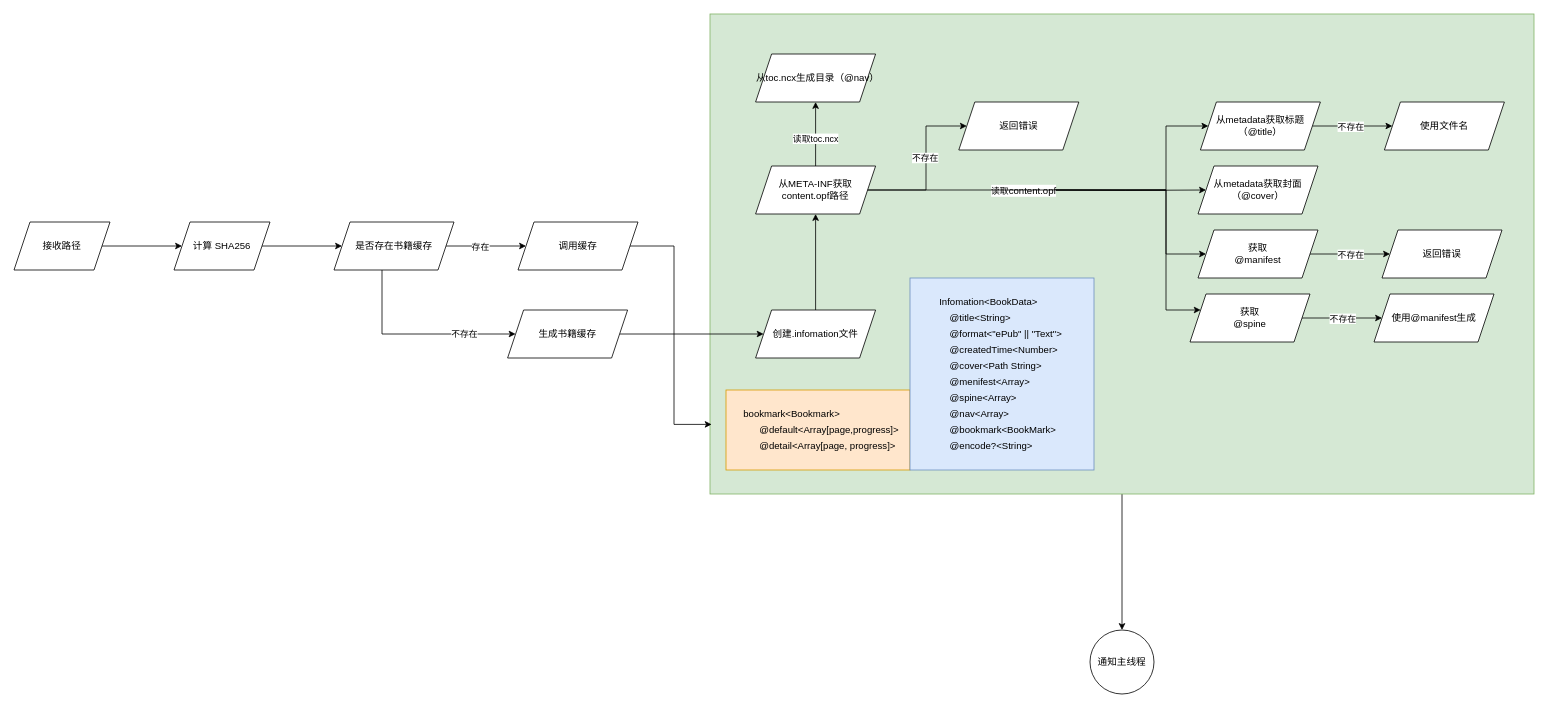
This is page "EPUB" (2 of 3) of blueprint/Process.drawio from nsplup/aReader, a draw.io file, before an edit. Source tidied: cells renumbered, new cells numbered last; positions are measured from the earlier drawing's top-left corner, leaving out a move shared by most shapes. Both pictures are drawn from the tidied source at 80%, with x=0, y=0 at pixel (14, 14).
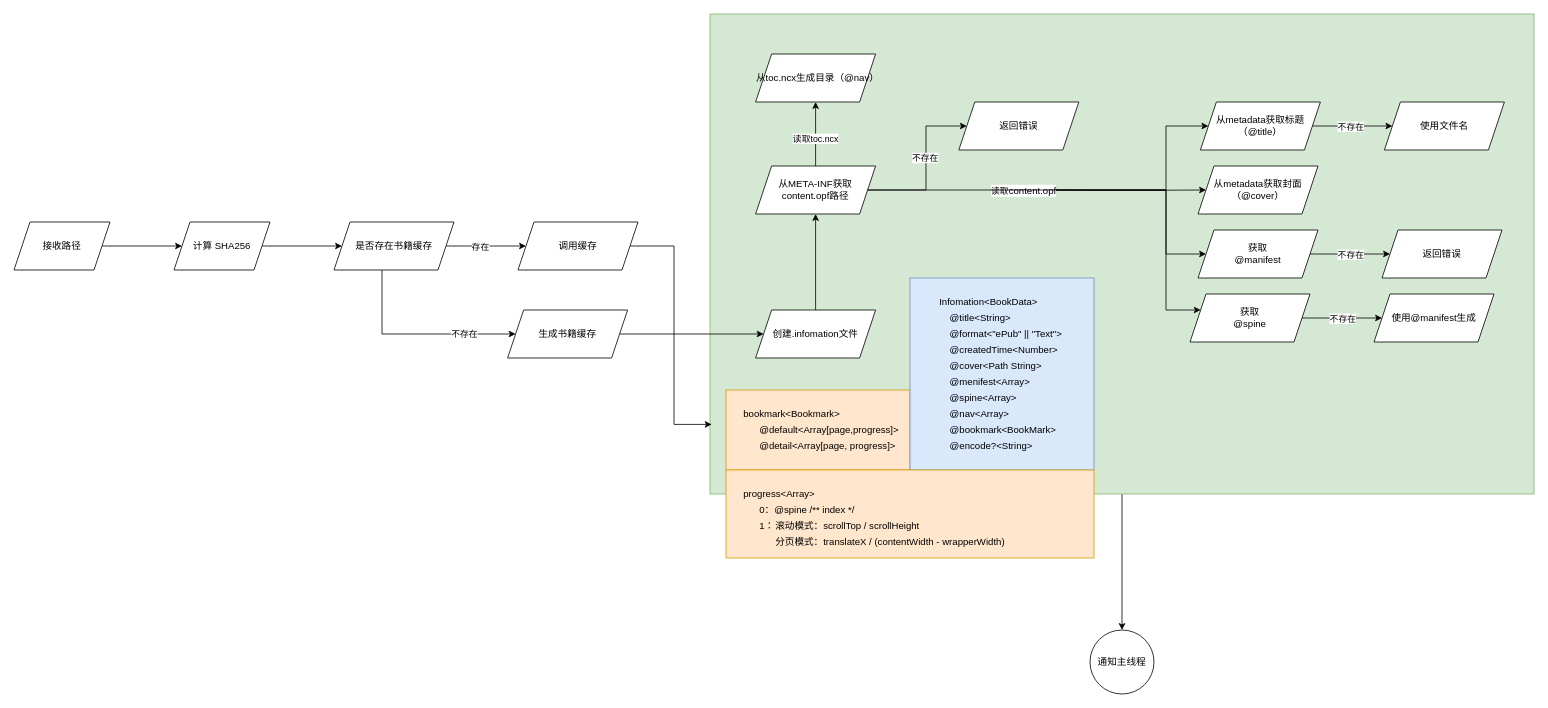
The same diagram, later.

The edit, as a diff of the source:
```diff
@@
+    <mxCell id="61" style="rounded=0;whiteSpace=wrap;html=1;align=left;fillColor=#ffe6cc;strokeColor=#d79b00;" parent="1" vertex="1">
+      <mxGeometry x="890" y="570" width="460" height="110" as="geometry" />
+    </mxCell>
+    <mxCell id="62" value="progress&amp;lt;Array&amp;gt;" style="text;html=1;strokeColor=none;fillColor=none;align=left;verticalAlign=middle;whiteSpace=wrap;rounded=0;" parent="1" vertex="1">
+      <mxGeometry x="910" y="590" width="132" height="20" as="geometry" />
+    </mxCell>
+    <mxCell id="63" value="0：@spine /** index */" style="text;html=1;strokeColor=none;fillColor=none;align=left;verticalAlign=middle;whiteSpace=wrap;rounded=0;" parent="1" vertex="1">
+      <mxGeometry x="930" y="610" width="180" height="20" as="geometry" />
+    </mxCell>
+    <mxCell id="64" value="1：" style="text;html=1;strokeColor=none;fillColor=none;align=left;verticalAlign=middle;whiteSpace=wrap;rounded=0;" parent="1" vertex="1">
+      <mxGeometry x="930" y="630" width="180" height="20" as="geometry" />
+    </mxCell>
+    <mxCell id="65" value="滚动模式：scrollTop / scrollHeight" style="text;html=1;strokeColor=none;fillColor=none;align=left;verticalAlign=middle;whiteSpace=wrap;rounded=0;" parent="1" vertex="1">
+      <mxGeometry x="950" y="630" width="193" height="20" as="geometry" />
+    </mxCell>
+    <mxCell id="66" value="分页模式：translateX / (contentWidth - wrapperWidth)" style="text;html=1;strokeColor=none;fillColor=none;align=left;verticalAlign=middle;whiteSpace=wrap;rounded=0;" parent="1" vertex="1">
+      <mxGeometry x="950" y="650" width="313" height="20" as="geometry" />
+    </mxCell>
```
